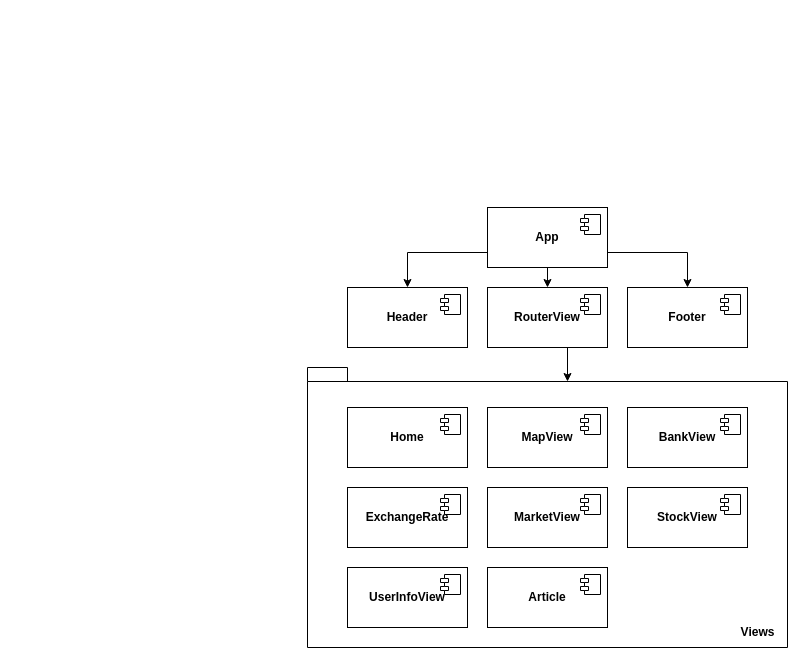
Above: 제목 없는 다이어그램.drawio in Shin-3117/SSAFY_Team_Project (draw.io), before the change. Source tidied: cells renumbered, new cells numbered last; positions are measured from the earlier drawing's top-left corner, leaving out a move shared by most shapes. Both pictures are drawn from the tidied source at 100%, with x=0, y=0 at pixel (307, 207).
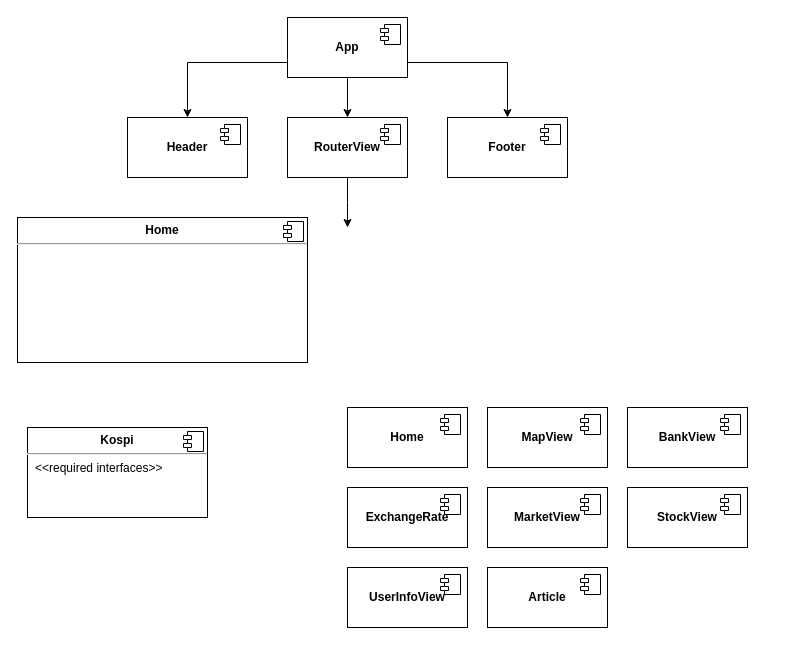
After the change.

Commit message:
제목 없는 다이어그램.drawio 업데이트

Diff of the diagram source:
```diff
@@
     <mxCell id="5" value="&lt;b&gt;App&lt;/b&gt;" style="html=1;whiteSpace=wrap;" parent="1" vertex="1">
-      <mxGeometry x="180" width="120" height="60" as="geometry" />
+      <mxGeometry x="-20" y="-190" width="120" height="60" as="geometry" />
     </mxCell>
@@
     <mxCell id="7" value="&lt;b&gt;Header&lt;/b&gt;" style="html=1;whiteSpace=wrap;" parent="1" vertex="1">
-      <mxGeometry x="40" y="80" width="120" height="60" as="geometry" />
+      <mxGeometry x="-180" y="-90" width="120" height="60" as="geometry" />
     </mxCell>
@@
     <mxCell id="9" value="&lt;b&gt;RouterView&lt;/b&gt;" style="html=1;whiteSpace=wrap;" parent="1" vertex="1">
-      <mxGeometry x="180" y="80" width="120" height="60" as="geometry" />
+      <mxGeometry x="-20" y="-90" width="120" height="60" as="geometry" />
     </mxCell>
@@
     <mxCell id="11" value="&lt;b&gt;Footer&lt;/b&gt;" style="html=1;whiteSpace=wrap;" parent="1" vertex="1">
-      <mxGeometry x="320" y="80" width="120" height="60" as="geometry" />
+      <mxGeometry x="140" y="-90" width="120" height="60" as="geometry" />
     </mxCell>
@@
-    <mxCell id="29" style="shape=folder;fontStyle=1;spacingTop=10;tabWidth=40;tabHeight=14;tabPosition=left;html=1;whiteSpace=wrap;fillColor=none;" parent="1" vertex="1">
-      <mxGeometry y="160" width="480" height="280" as="geometry" />
-    </mxCell>
-    <mxCell id="30" value="Views" style="text;html=1;align=center;verticalAlign=middle;strokeColor=none;fillColor=none;fontStyle=1;" parent="1" vertex="1">
-      <mxGeometry x="420" y="410" width="60" height="30" as="geometry" />
-    </mxCell>
-    <mxCell id="31" style="edgeStyle=orthogonalEdgeStyle;rounded=0;jettySize=auto;html=1;exitX=0.5;exitY=1;exitDx=0;exitDy=0;entryX=0;entryY=0;entryDx=260;entryDy=14;entryPerimeter=0;" parent="1" edge="1" source="9" target="29">
-      <mxGeometry relative="1" as="geometry" />
-    </mxCell>
+    <mxCell id="32" style="edgeStyle=orthogonalEdgeStyle;rounded=0;jettySize=auto;html=1;exitX=0.5;exitY=1;exitDx=0;exitDy=0;entryX=0;entryY=0;entryDx=280;entryDy=30;entryPerimeter=0;" parent="1" edge="1" source="9">
+      <mxGeometry relative="1" as="geometry">
+        <mxPoint x="40" y="20" as="targetPoint" />
+      </mxGeometry>
+    </mxCell>
+    <mxCell id="33" value="&lt;p style=&quot;margin:0px;margin-top:6px;text-align:center;&quot;&gt;&lt;b&gt;Home&lt;/b&gt;&lt;/p&gt;&lt;hr&gt;&lt;p style=&quot;margin:0px;margin-left:8px;&quot;&gt;&lt;br&gt;&lt;/p&gt;" style="align=left;overflow=fill;html=1;whiteSpace=wrap;" parent="1" vertex="1">
+      <mxGeometry x="-290" y="10" width="290" height="145" as="geometry" />
+    </mxCell>
+    <mxCell id="34" style="shape=component;jettyWidth=8;jettyHeight=4;" parent="33" vertex="1">
+      <mxGeometry x="1" width="20" height="20" relative="1" as="geometry">
+        <mxPoint x="-24" y="4" as="offset" />
+      </mxGeometry>
+    </mxCell>
+    <mxCell id="35" value="&lt;p style=&quot;margin:0px;margin-top:6px;text-align:center;&quot;&gt;&lt;b&gt;Kospi&lt;/b&gt;&lt;/p&gt;&lt;hr&gt;&lt;p style=&quot;margin:0px;margin-left:8px;&quot;&gt;&amp;lt;&amp;lt;required interfaces&amp;gt;&amp;gt;&lt;/p&gt;" style="align=left;overflow=fill;html=1;whiteSpace=wrap;" parent="1" vertex="1">
+      <mxGeometry x="-280" y="220" width="180" height="90" as="geometry" />
+    </mxCell>
+    <mxCell id="36" style="shape=component;jettyWidth=8;jettyHeight=4;" parent="35" vertex="1">
+      <mxGeometry x="1" width="20" height="20" relative="1" as="geometry">
+        <mxPoint x="-24" y="4" as="offset" />
+      </mxGeometry>
+    </mxCell>
```
